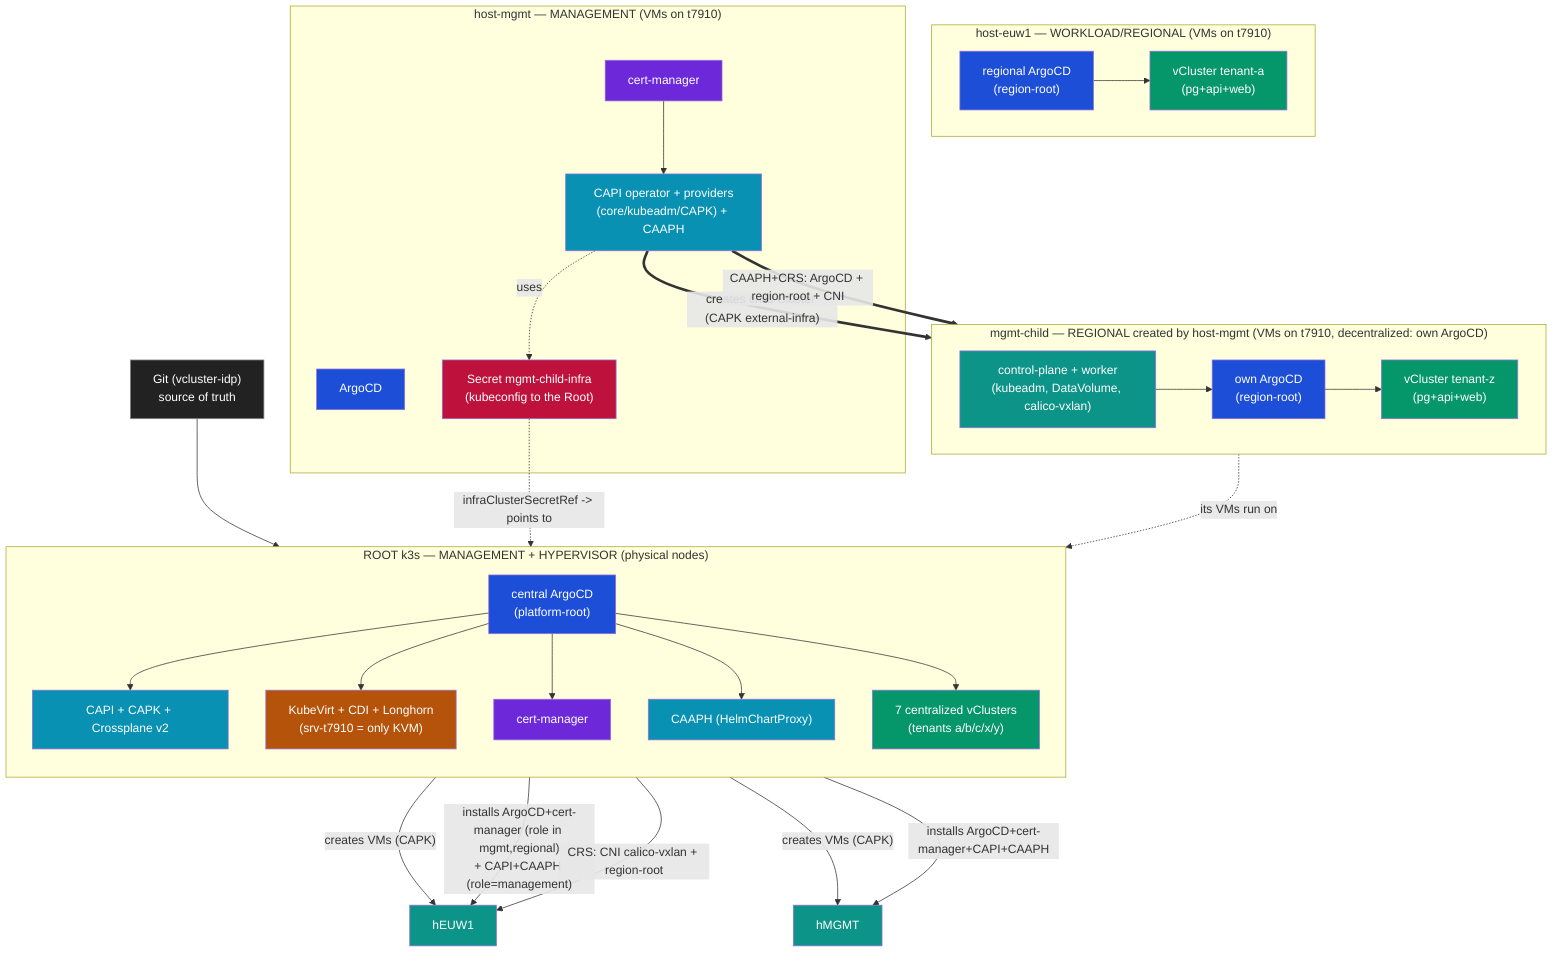
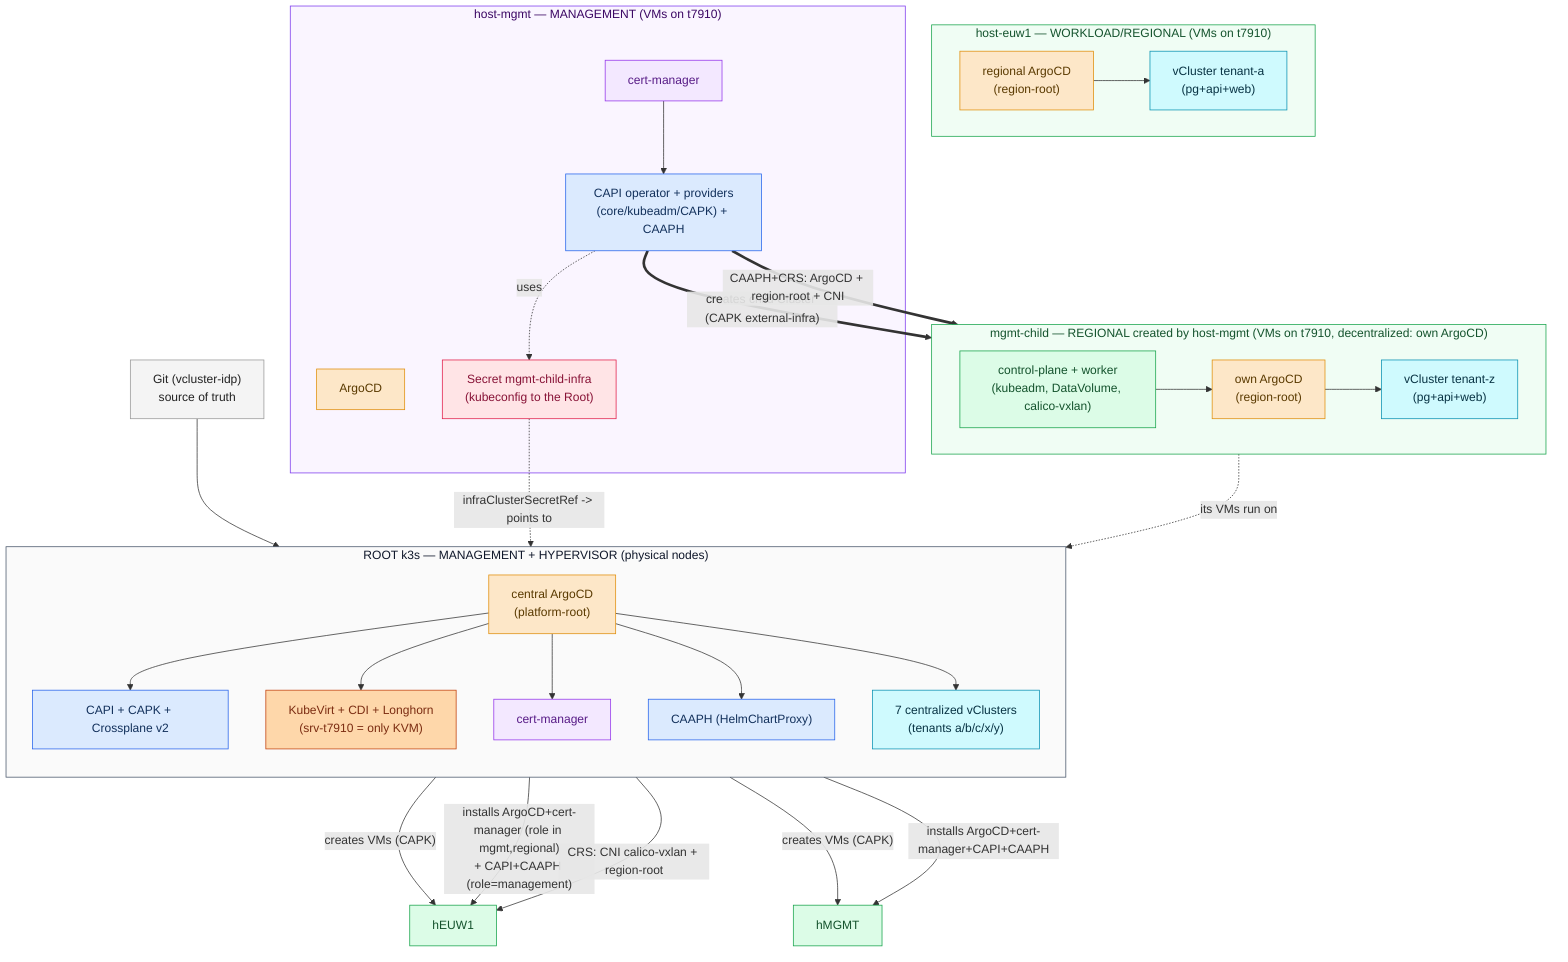
%% Full fleet flow: management-of-managements (Root -> host-mgmt -> mgmt-child)
%% What CONSUMES what and what CONNECTS to what. Source of the SVG (render: mmdc -i this.mermaid -o out.svg)
flowchart TB
  GIT["Git (vcluster-idp)\nsource of truth"]:::git

  subgraph ROOT["ROOT k3s — MANAGEMENT + HYPERVISOR (physical nodes)"]
    direction TB
    rArgo["central ArgoCD\n(platform-root)"]:::argo
    rCAPI["CAPI + CAPK + Crossplane v2"]:::capi
    rKV["KubeVirt + CDI + Longhorn\n(srv-t7910 = only KVM)"]:::kv
    rCM["cert-manager"]:::svc
    rCAAPH["CAAPH (HelmChartProxy)"]:::capi
    rVC["7 centralized vClusters\n(tenants a/b/c/x/y)"]:::vc
  end

  GIT --> rArgo
  rArgo --> rCAPI & rKV & rCM & rCAAPH & rVC

  %% Root CREATES the host clusters as VMs
  rCAPI -- "creates VMs (CAPK)" --> hEUW1
  rCAPI -- "creates VMs (CAPK)" --> hMGMT
  %% Root's CAAPH installs addons INTO the created clusters
  rCAAPH -- "installs ArgoCD+cert-manager (role in mgmt,regional)\n+ CAPI+CAAPH (role=management)" --> hEUW1
  rCAAPH -- "installs ArgoCD+cert-manager+CAPI+CAAPH" --> hMGMT
  rCAPI -- "CRS: CNI calico-vxlan + region-root" --> hEUW1

  subgraph EUW1["host-euw1 — WORKLOAD/REGIONAL (VMs on t7910)"]
    eArgo["regional ArgoCD\n(region-root)"]:::argo
    eVC["vCluster tenant-a\n(pg+api+web)"]:::vc
    eArgo --> eVC
  end

  subgraph MGMT["host-mgmt — MANAGEMENT (VMs on t7910)"]
    mArgo["ArgoCD"]:::argo
    mCM["cert-manager"]:::svc
    mCAPI["CAPI operator + providers\n(core/kubeadm/CAPK) + CAAPH"]:::capi
    mSec["Secret mgmt-child-infra\n(kubeconfig to the Root)"]:::sec
    mCM --> mCAPI
    mCAPI -. uses .-> mSec
  end

  %% host-mgmt CREATES its child, AND delivers it the same stack the Root gives its regionals
  mCAPI == "creates child Cluster (CAPK external-infra)" ==> CHILD
  mCAPI == "CAAPH+CRS: ArgoCD + region-root + CNI" ==> CHILD
  mSec -. "infraClusterSecretRef -> points to" .-> rKV
  CHILD -. "its VMs run on" .-> rKV

  subgraph CHILD["mgmt-child — REGIONAL created by host-mgmt (VMs on t7910, decentralized: own ArgoCD)"]
    cCP["control-plane + worker\n(kubeadm, DataVolume, calico-vxlan)"]:::node
    cArgo["own ArgoCD\n(region-root)"]:::argo
    cVC["vCluster tenant-z\n(pg+api+web)"]:::vc
    cCP --> cArgo --> cVC
  end

-   classDef git fill:#222,color:#fff,stroke:#888
-   classDef argo fill:#1d4ed8,color:#fff
-   classDef capi fill:#0891b2,color:#fff
-   classDef kv fill:#b45309,color:#fff
-   classDef svc fill:#6d28d9,color:#fff
-   classDef vc fill:#059669,color:#fff
-   classDef node fill:#0d9488,color:#fff
-   classDef sec fill:#be123c,color:#fff
+   %% Light pastel palette (matches models-decision-matrix.svg): light fills + dark text.
+   classDef git fill:#f4f4f4,stroke:#999999,color:#222222;
+   classDef argo fill:#fde7c8,stroke:#e08e0b,color:#5a3a00;
+   classDef capi fill:#dbeafe,stroke:#2563eb,color:#13315c;
+   classDef kv fill:#fed7aa,stroke:#c2410c,color:#7c2d12;
+   classDef svc fill:#f3e8ff,stroke:#9333ea,color:#581c87;
+   classDef vc fill:#cffafe,stroke:#0891b2,color:#083344;
+   classDef node fill:#dcfce7,stroke:#16a34a,color:#14532d;
+   classDef sec fill:#ffe4e6,stroke:#e11d48,color:#881337;
+ 
+   %% Subgraph tint by role (management = purple, regional/workload = green), matching the matrix diagram.
+   classDef rootBox fill:#fafafa,stroke:#475569,color:#0f172a;
+   classDef mgmtBox fill:#faf5ff,stroke:#7c3aed,color:#3b0764;
+   classDef regBox fill:#f0fdf4,stroke:#16a34a,color:#14532d;
+   class ROOT rootBox
+   class MGMT mgmtBox
+   class EUW1,CHILD regBox
